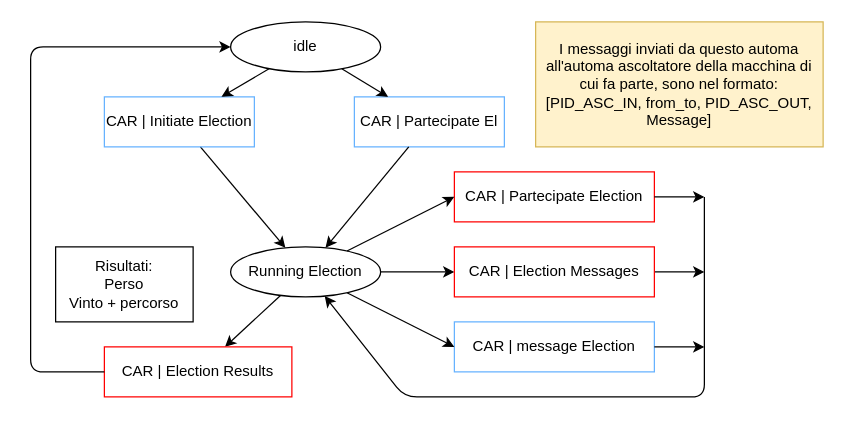
kraots94/Sistemi keeps this draw.io diagram as relazione/automa_macchina_elezione.drawio. Above is the earlier version. Source tidied: cells renumbered, new cells numbered last; positions are measured from the earlier drawing's top-left corner, leaving out a move shared by most shapes. Both pictures are drawn from the tidied source at 125%, with x=0, y=0 at pixel (30, 21).
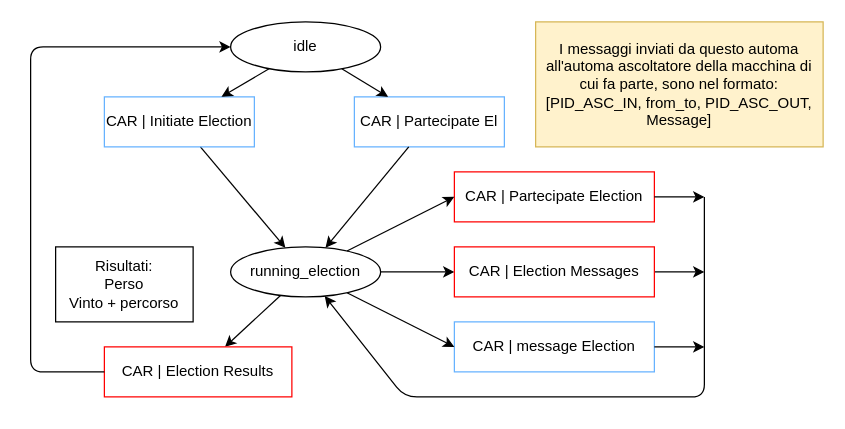
The same page after the edit.

What changed in the source:
```diff
@@
-    <mxCell id="2" value="Running Election" style="ellipse;whiteSpace=wrap;html=1;" parent="1" vertex="1">
+    <mxCell id="2" value="running_election" style="ellipse;whiteSpace=wrap;html=1;" parent="1" vertex="1">
       <mxGeometry x="160" y="180" width="120" height="40" as="geometry" />
     </mxCell>
```
